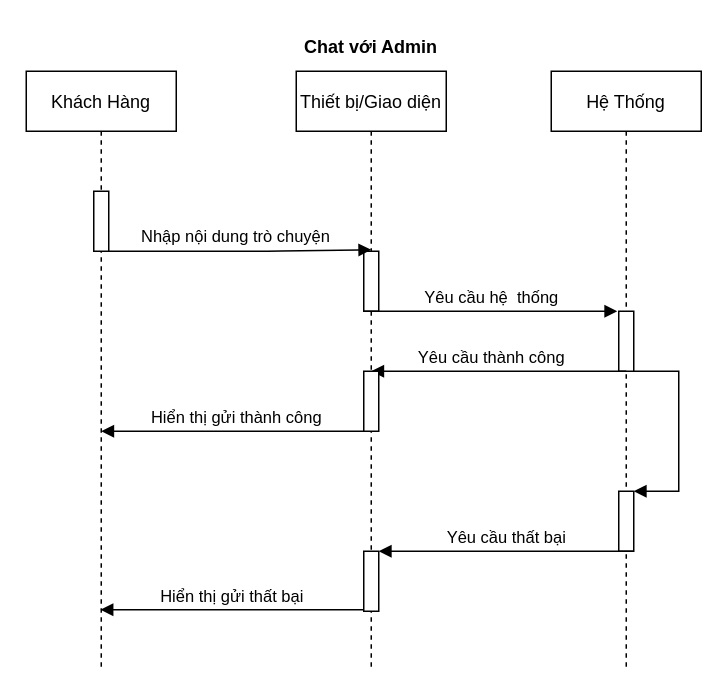
The draw.io diagram Drawio/Chat_admin.drawio in LuanMinhNguyen/nhom2thuctapchuyennganh, before the edit. Source tidied: cells renumbered, new cells numbered last; positions are measured from the earlier drawing's top-left corner, leaving out a move shared by most shapes. Both pictures are drawn from the tidied source at 150%, with x=0, y=0 at pixel (26, 26).
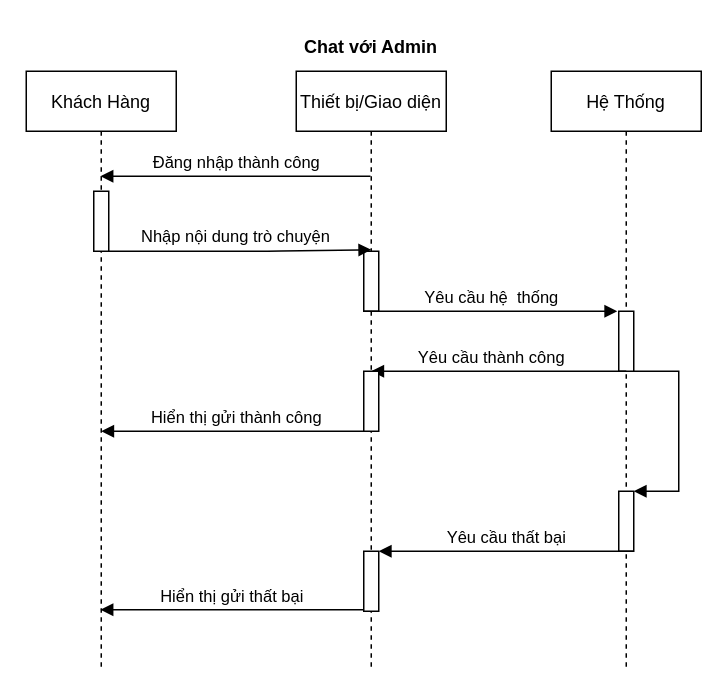
After the change.

Commit message:
Giao_tiep_voi_Admin

Unchanged cells that the change refers to:
```xml
<mxCell id="2" value="Khách Hàng" style="shape=umlLifeline;perimeter=lifelinePerimeter;rounded=0;shadow=0;strokeWidth=1;" parent="1" vertex="1">
  <mxGeometry y="30" width="100" height="400" as="geometry" />
</mxCell>
<mxCell id="4" value="Thiết bị/Giao diện" style="shape=umlLifeline;perimeter=lifelinePerimeter;rounded=0;shadow=0;strokeWidth=1;" parent="1" vertex="1">
  <mxGeometry x="180" y="30" width="100" height="400" as="geometry" />
</mxCell>
```

The edit, as a diff of the source:
```diff
@@
+    <mxCell id="19" value="Đăng nhập thành công" style="html=1;verticalAlign=bottom;endArrow=block;" parent="1" edge="1" source="4" target="2">
+      <mxGeometry relative="1" as="geometry">
+        <Array as="points">
+          <mxPoint x="145.5" y="100" />
+        </Array>
+      </mxGeometry>
+    </mxCell>
```
